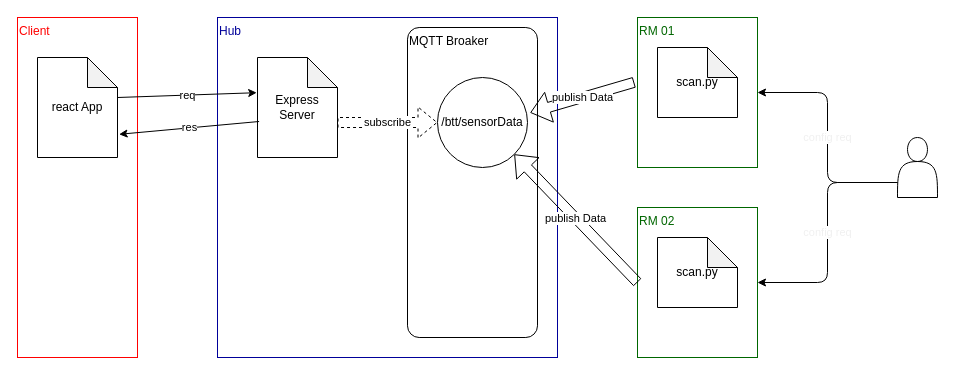
The draw.io diagram documentation/architecture-overview.drawio in JuliusH4/bluetooth-tracking, before the edit. Source tidied: cells renumbered, new cells numbered last; positions are measured from the earlier drawing's top-left corner, leaving out a move shared by most shapes. Both pictures are drawn from the tidied source at 100%, with x=0, y=0 at pixel (17, 17).
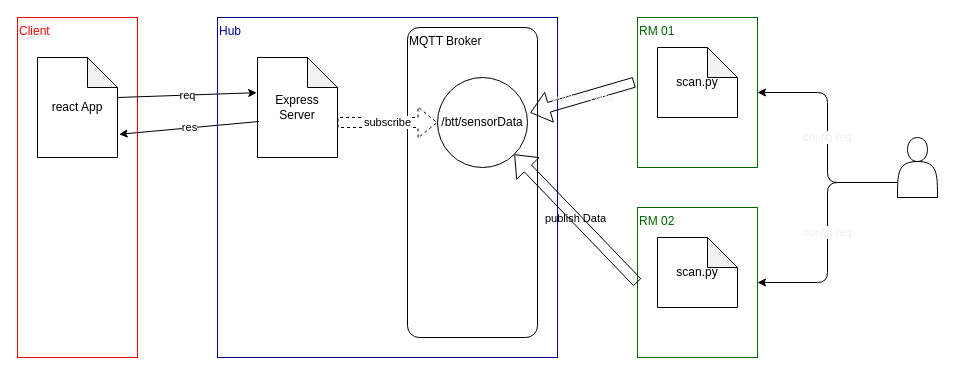
Above is the later version.

The edit, as a diff of the source:
```diff
@@
 <mxGraphModel>
   <root>
     <mxCell id="0" />
     <mxCell id="1" parent="0" />
     <mxCell id="2" value="&lt;div&gt;&lt;span&gt;&lt;font color=&quot;#ff0000&quot;&gt;Client&lt;/font&gt;&lt;/span&gt;&lt;/div&gt;" style="rounded=0;whiteSpace=wrap;html=1;align=left;verticalAlign=top;strokeColor=#FF0000;" parent="1" vertex="1">
       <mxGeometry width="120" height="340" as="geometry" />
     </mxCell>
     <mxCell id="3" value="&lt;div&gt;&lt;span&gt;&lt;font color=&quot;#000099&quot;&gt;Hub&lt;/font&gt;&lt;/span&gt;&lt;/div&gt;" style="rounded=0;whiteSpace=wrap;html=1;align=left;verticalAlign=top;strokeColor=#000099;" parent="1" vertex="1">
       <mxGeometry x="200" width="340" height="340" as="geometry" />
     </mxCell>
     <mxCell id="4" value="&lt;div&gt;&lt;span&gt;&lt;font color=&quot;#006600&quot;&gt;RM 02&lt;/font&gt;&lt;/span&gt;&lt;/div&gt;" style="rounded=0;whiteSpace=wrap;html=1;align=left;verticalAlign=top;strokeColor=#006600;" parent="1" vertex="1">
       <mxGeometry x="620" y="190" width="120" height="150" as="geometry" />
     </mxCell>
     <mxCell id="5" value="&lt;div&gt;&lt;span&gt;&lt;font color=&quot;#006600&quot;&gt;RM 01&lt;/font&gt;&lt;/span&gt;&lt;/div&gt;" style="rounded=0;whiteSpace=wrap;html=1;align=left;verticalAlign=top;strokeColor=#006600;" parent="1" vertex="1">
       <mxGeometry x="620" width="120" height="150" as="geometry" />
     </mxCell>
-    <mxCell id="6" value="MQTT Broaker" style="rounded=1;whiteSpace=wrap;html=1;align=left;verticalAlign=top;arcSize=9;" parent="1" vertex="1">
+    <mxCell id="6" value="MQTT Broker" style="rounded=1;whiteSpace=wrap;html=1;align=left;verticalAlign=top;arcSize=9;" parent="1" vertex="1">
       <mxGeometry x="390" y="10" width="130" height="310" as="geometry" />
     </mxCell>
     <mxCell id="7" value="/btt/sensorData" style="ellipse;whiteSpace=wrap;html=1;" parent="1" vertex="1">
       <mxGeometry x="420" y="60" width="90" height="90" as="geometry" />
     </mxCell>
-    <mxCell id="8" value="publish Data" style="shape=flexArrow;endArrow=classic;html=1;entryX=1.031;entryY=0.391;entryDx=0;entryDy=0;entryPerimeter=0;exitX=-0.027;exitY=0.432;exitDx=0;exitDy=0;exitPerimeter=0;" parent="1" edge="1" source="5" target="7">
+    <mxCell id="8" value="publish Data" style="shape=flexArrow;endArrow=classic;html=1;entryX=1.031;entryY=0.391;entryDx=0;entryDy=0;entryPerimeter=0;exitX=-0.027;exitY=0.432;exitDx=0;exitDy=0;exitPerimeter=0;fontColor=#F0F0F0;labelBackgroundColor=none;" parent="1" edge="1" source="5" target="7">
       <mxGeometry relative="1" as="geometry" />
     </mxCell>
-    <mxCell id="9" value="publish Data" style="shape=flexArrow;endArrow=classic;html=1;exitX=0;exitY=0.5;exitDx=0;exitDy=0;entryX=1;entryY=1;entryDx=0;entryDy=0;strokeColor=default;" parent="1" edge="1" source="4" target="7">
+    <mxCell id="9" value="publish Data" style="shape=flexArrow;endArrow=classic;html=1;exitX=0;exitY=0.5;exitDx=0;exitDy=0;entryX=1;entryY=1;entryDx=0;entryDy=0;strokeColor=default;labelBackgroundColor=none;" parent="1" edge="1" source="4" target="7">
       <mxGeometry relative="1" as="geometry" />
     </mxCell>
     <mxCell id="10" value="scan.py" style="shape=note;whiteSpace=wrap;html=1;backgroundOutline=1;darkOpacity=0.05;" parent="1" vertex="1">
       <mxGeometry x="640" y="30" width="80" height="70" as="geometry" />
     </mxCell>
     <mxCell id="11" value="scan.py" style="shape=note;whiteSpace=wrap;html=1;backgroundOutline=1;darkOpacity=0.05;" parent="1" vertex="1">
       <mxGeometry x="640" y="220" width="80" height="70" as="geometry" />
     </mxCell>
     <mxCell id="12" value="react App" style="shape=note;whiteSpace=wrap;html=1;backgroundOutline=1;darkOpacity=0.05;" parent="1" vertex="1">
       <mxGeometry x="20" y="40" width="80" height="100" as="geometry" />
     </mxCell>
     <mxCell id="13" value="Express&lt;br&gt;Server" style="shape=note;whiteSpace=wrap;html=1;backgroundOutline=1;darkOpacity=0.05;" parent="1" vertex="1">
       <mxGeometry x="240" y="40" width="80" height="100" as="geometry" />
     </mxCell>
     <mxCell id="14" value="req" style="endArrow=classic;html=1;exitX=1;exitY=0.4;exitDx=0;exitDy=0;exitPerimeter=0;entryX=-0.01;entryY=0.352;entryDx=0;entryDy=0;entryPerimeter=0;" parent="1" edge="1" source="12" target="13">
       <mxGeometry relative="1" as="geometry" />
     </mxCell>
     <mxCell id="15" value="res" style="endArrow=classic;html=1;exitX=0.02;exitY=0.64;exitDx=0;exitDy=0;exitPerimeter=0;entryX=1.02;entryY=0.768;entryDx=0;entryDy=0;entryPerimeter=0;" parent="1" edge="1" source="13" target="12">
       <mxGeometry relative="1" as="geometry" />
     </mxCell>
     <mxCell id="16" value="subscribe" style="shape=flexArrow;endArrow=classic;html=1;exitX=0;exitY=0;exitDx=80;exitDy=65;exitPerimeter=0;entryX=0;entryY=0.5;entryDx=0;entryDy=0;dashed=1;" parent="1" edge="1" source="13" target="7">
       <mxGeometry relative="1" as="geometry" />
     </mxCell>
     <mxCell id="17" value="config req" style="edgeStyle=orthogonalEdgeStyle;html=1;exitX=0;exitY=0.75;exitDx=0;exitDy=0;entryX=1;entryY=0.5;entryDx=0;entryDy=0;fontColor=#F0F0F0;strokeColor=default;" parent="1" edge="1" source="18" target="4">
       <mxGeometry relative="1" as="geometry" />
     </mxCell>
     <mxCell id="18" style="shape=actor;whiteSpace=wrap;html=1;" parent="1" vertex="1">
       <mxGeometry x="880" y="120" width="40" height="60" as="geometry" />
     </mxCell>
     <mxCell id="19" value="config req" style="endArrow=classic;html=1;fontColor=#F0F0F0;exitX=0;exitY=0.75;exitDx=0;exitDy=0;entryX=1;entryY=0.5;entryDx=0;entryDy=0;edgeStyle=orthogonalEdgeStyle;" parent="1" edge="1" source="18" target="5">
       <mxGeometry relative="1" as="geometry" />
     </mxCell>
   </root>
 </mxGraphModel>
```
